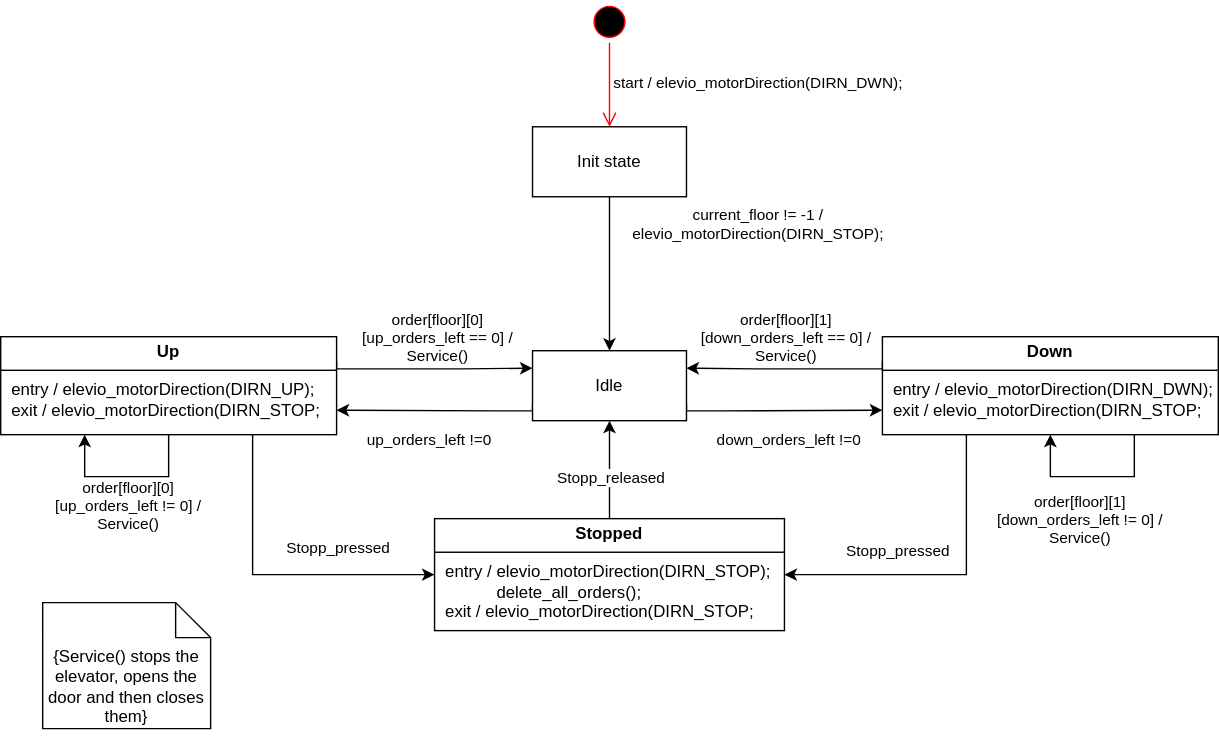
This is Rapport/media/State_diagram2.svg from Wiacer/Heislab, a draw.io export, as it was before one commit. Source tidied: cells renumbered, new cells last; positions are measured from the earlier drawing's top-left corner, leaving out a move shared by most shapes.
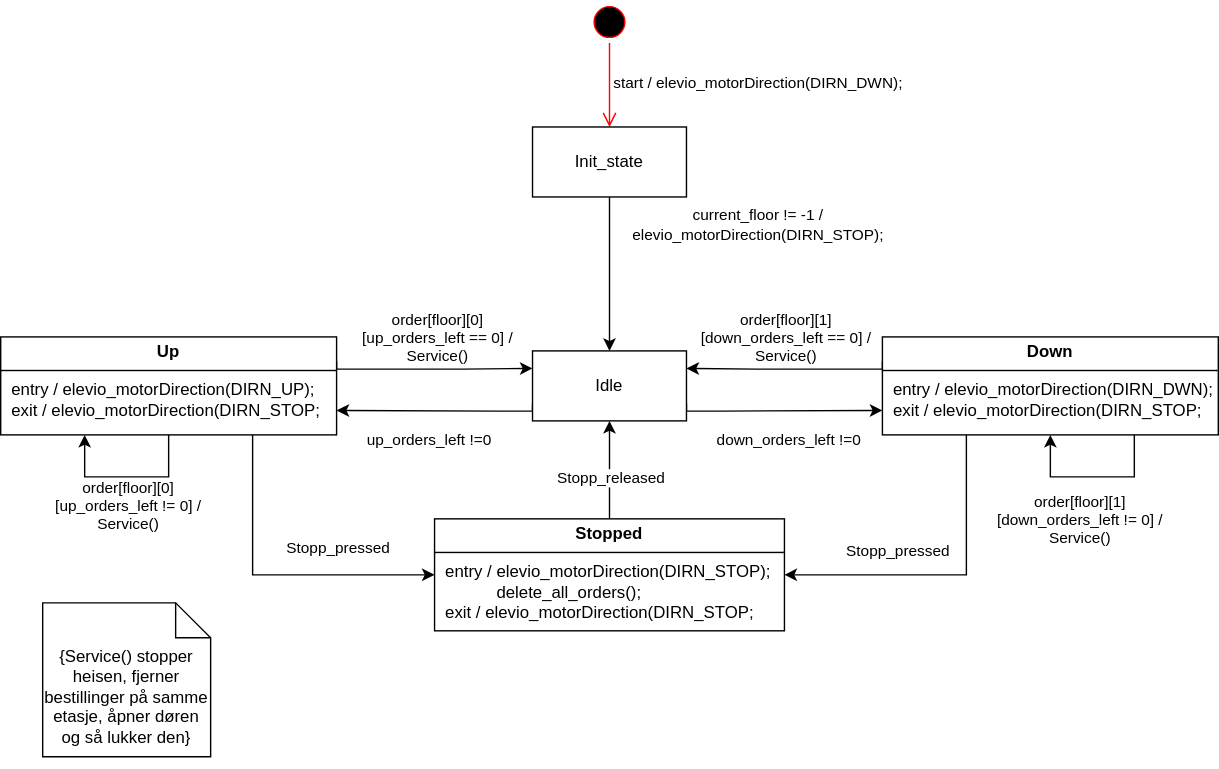
Later version of the same file.

Commit message:
Eksporterte diagram til media

Diff of the diagram source:
```diff
@@ -23,7 +23,7 @@
         <mxPoint x="103" y="-39" as="offset" />
       </mxGeometry>
     </mxCell>
-    <mxCell id="7" value="Init state" style="html=1;whiteSpace=wrap;" parent="1" vertex="1">
+    <mxCell id="7" value="Init_state" style="html=1;whiteSpace=wrap;" parent="1" vertex="1">
       <mxGeometry x="380" y="90" width="110" height="50" as="geometry" />
     </mxCell>
     <mxCell id="8" style="edgeStyle=orthogonalEdgeStyle;rounded=0;jettySize=auto;html=1;exitX=0;exitY=0.75;exitDx=0;exitDy=0;entryX=1;entryY=0.75;entryDx=0;entryDy=0;" parent="1" edge="1" source="10" target="13">
@@ -100,8 +100,8 @@
         </Array>
       </mxGeometry>
     </mxCell>
-    <mxCell id="21" value="{Service() stops the elevator, opens the door and then closes them&lt;span style=&quot;background-color: transparent; color: light-dark(rgb(0, 0, 0), rgb(255, 255, 255));&quot;&gt;}&lt;/span&gt;&lt;div&gt;&lt;div&gt;&lt;br&gt;&lt;/div&gt;&lt;/div&gt;" style="shape=note2;boundedLbl=1;whiteSpace=wrap;html=1;size=25;verticalAlign=top;align=center;" parent="1" vertex="1">
-      <mxGeometry x="30" y="430" width="120" height="90" as="geometry" />
+    <mxCell id="21" value="{Service() stopper heisen, fjerner bestillinger på samme etasje, åpner døren og så lukker den&lt;span style=&quot;background-color: transparent; color: light-dark(rgb(0, 0, 0), rgb(255, 255, 255));&quot;&gt;}&lt;/span&gt;&lt;div&gt;&lt;div&gt;&lt;br&gt;&lt;/div&gt;&lt;/div&gt;" style="shape=note2;boundedLbl=1;whiteSpace=wrap;html=1;size=25;verticalAlign=top;align=center;" parent="1" vertex="1">
+      <mxGeometry x="30" y="430" width="120" height="110" as="geometry" />
     </mxCell>
     <mxCell id="22" value="order[floor][1]&lt;br&gt;[down_orders_left != 0] / &lt;br&gt;Service()" style="edgeLabel;html=1;align=center;verticalAlign=middle;" parent="1" vertex="1">
       <mxGeometry x="770" y="370" as="geometry" />
```
